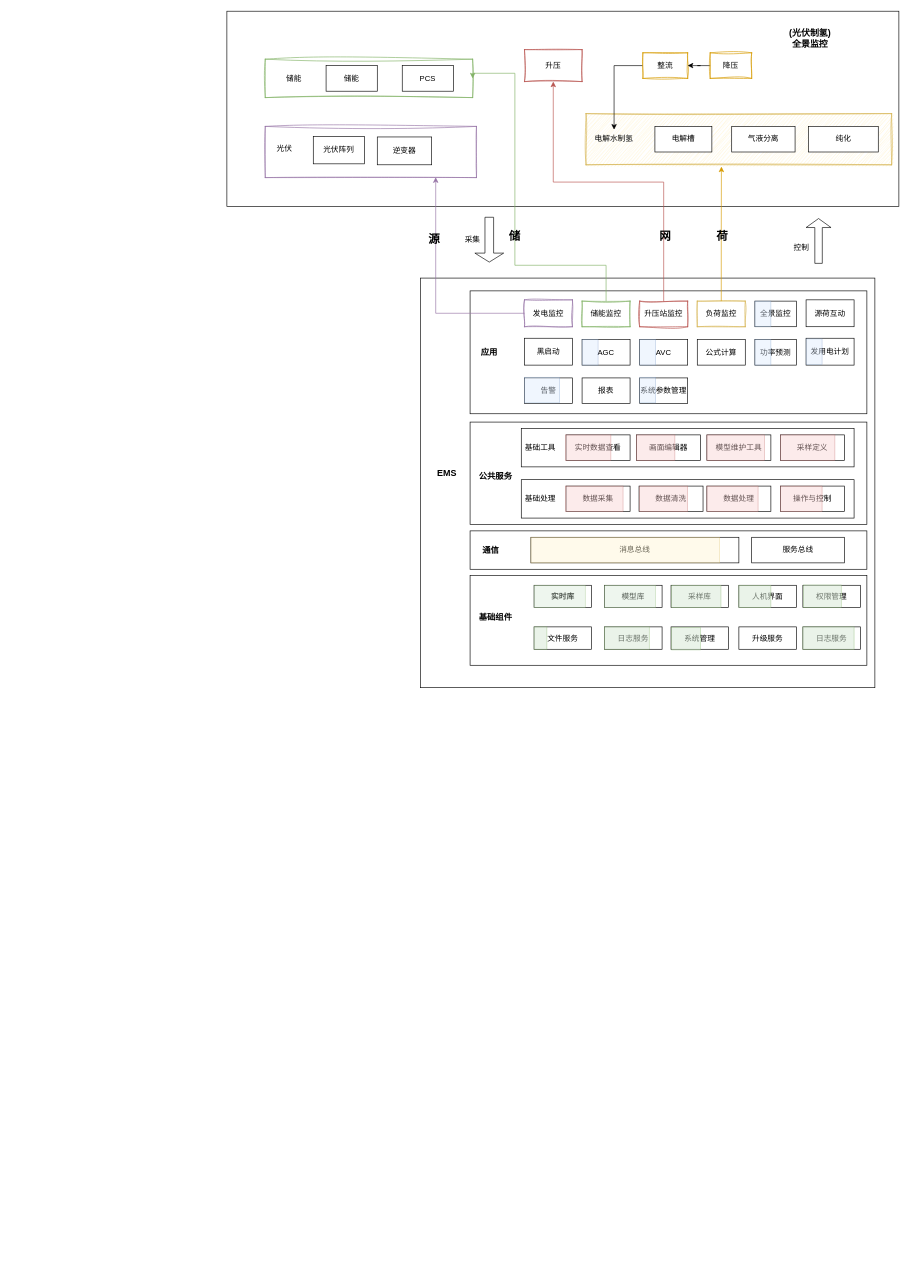
Earlier version of the draw.io diagram EMS.drawio (kiwiyan/3D). Source tidied: cells renumbered, new cells numbered last; positions are measured from the earlier drawing's top-left corner, leaving out a move shared by most shapes. Both pictures are drawn from the tidied source at 64%, with x=0, y=0 at pixel (227, 11).
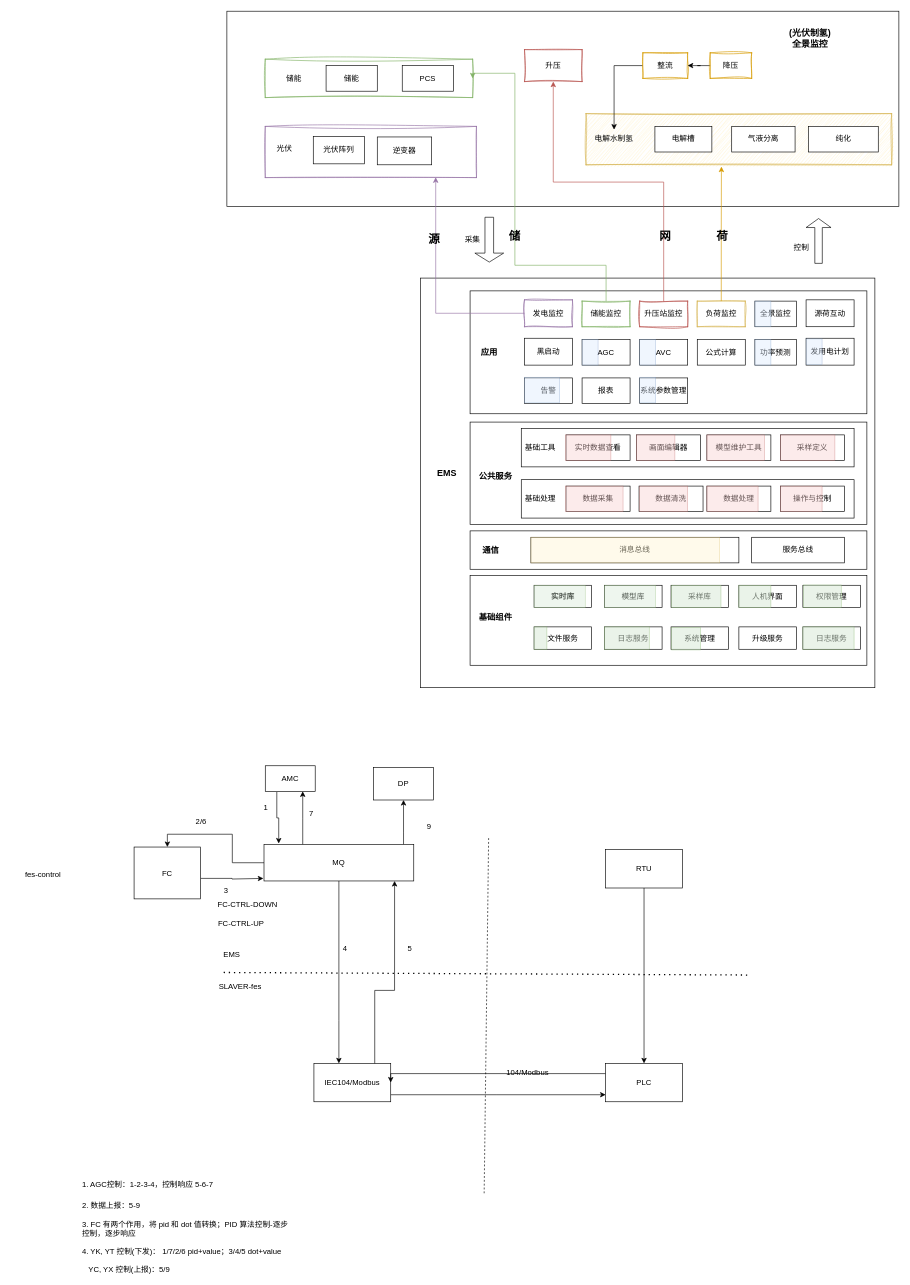
The same diagram, later.

Change to the diagram source:
```diff
@@
+    <mxCell id="108" style="edgeStyle=orthogonalEdgeStyle;rounded=0;jettySize=auto;html=1;" parent="1" edge="1" source="109" target="111">
+      <mxGeometry relative="1" as="geometry">
+        <Array as="points">
+          <mxPoint x="422" y="1693" />
+          <mxPoint x="422" y="1693" />
+        </Array>
+      </mxGeometry>
+    </mxCell>
+    <mxCell id="109" value="IEC104/Modbus" style="rounded=0;whiteSpace=wrap;html=1;" parent="1" vertex="1">
+      <mxGeometry x="136" y="1644" width="120" height="60" as="geometry" />
+    </mxCell>
+    <mxCell id="110" style="edgeStyle=orthogonalEdgeStyle;rounded=0;jettySize=auto;html=1;entryX=1;entryY=0.5;entryDx=0;entryDy=0;" parent="1" edge="1" source="111" target="109">
+      <mxGeometry relative="1" as="geometry">
+        <Array as="points">
+          <mxPoint x="256" y="1660" />
+        </Array>
+      </mxGeometry>
+    </mxCell>
+    <mxCell id="111" value="PLC" style="rounded=0;whiteSpace=wrap;html=1;" parent="1" vertex="1">
+      <mxGeometry x="591.8" y="1644" width="120" height="60" as="geometry" />
+    </mxCell>
+    <mxCell id="112" style="endArrow=none;dashed=1;html=1;dashPattern=1 3;strokeWidth=2;rounded=0;" parent="1" edge="1">
+      <mxGeometry relative="1" as="geometry">
+        <mxPoint x="-5" y="1502" as="sourcePoint" />
+        <mxPoint x="813" y="1506" as="targetPoint" />
+      </mxGeometry>
+    </mxCell>
+    <mxCell id="113" style="endArrow=none;dashed=1;html=1;rounded=0;" parent="1" edge="1">
+      <mxGeometry relative="1" as="geometry">
+        <mxPoint x="402" y="1847" as="sourcePoint" />
+        <mxPoint x="409" y="1291" as="targetPoint" />
+      </mxGeometry>
+    </mxCell>
+    <mxCell id="114" style="edgeStyle=orthogonalEdgeStyle;rounded=0;jettySize=auto;html=1;entryX=0.5;entryY=0;entryDx=0;entryDy=0;" parent="1" edge="1" source="115" target="111">
+      <mxGeometry relative="1" as="geometry" />
+    </mxCell>
+    <mxCell id="115" value="RTU" style="rounded=0;whiteSpace=wrap;html=1;" parent="1" vertex="1">
+      <mxGeometry x="591.8" y="1310" width="120" height="60" as="geometry" />
+    </mxCell>
+    <mxCell id="116" value="104/Modbus" style="text;html=1;align=center;verticalAlign=middle;whiteSpace=wrap;rounded=0;" parent="1" vertex="1">
+      <mxGeometry x="440" y="1644" width="60" height="30" as="geometry" />
+    </mxCell>
+    <mxCell id="117" value="EMS" style="text;html=1;align=center;verticalAlign=middle;whiteSpace=wrap;rounded=0;" parent="1" vertex="1">
+      <mxGeometry x="-22" y="1459" width="60" height="30" as="geometry" />
+    </mxCell>
+    <mxCell id="118" value="SLAVER-fes" style="text;html=1;align=center;verticalAlign=middle;whiteSpace=wrap;rounded=0;" parent="1" vertex="1">
+      <mxGeometry x="-20" y="1510" width="82" height="30" as="geometry" />
+    </mxCell>
+    <mxCell id="119" style="edgeStyle=orthogonalEdgeStyle;rounded=0;orthogonalLoop=1;jettySize=auto;html=1;" parent="1" edge="1">
+      <mxGeometry relative="1" as="geometry">
+        <mxPoint x="78" y="1220" as="sourcePoint" />
+        <mxPoint x="81" y="1300.5" as="targetPoint" />
+        <Array as="points">
+          <mxPoint x="78" y="1260.5" />
+          <mxPoint x="81" y="1260.5" />
+        </Array>
+      </mxGeometry>
+    </mxCell>
+    <mxCell id="120" value="AMC" style="rounded=0;whiteSpace=wrap;html=1;" parent="1" vertex="1">
+      <mxGeometry x="60" y="1179" width="78" height="40" as="geometry" />
+    </mxCell>
+    <mxCell id="121" style="edgeStyle=orthogonalEdgeStyle;rounded=0;jettySize=auto;html=1;entryX=0.5;entryY=0;entryDx=0;entryDy=0;" parent="1" edge="1" source="125" target="127">
+      <mxGeometry relative="1" as="geometry" />
+    </mxCell>
+    <mxCell id="122" style="edgeStyle=orthogonalEdgeStyle;rounded=0;jettySize=auto;html=1;" parent="1" edge="1" source="125" target="109">
+      <mxGeometry relative="1" as="geometry">
+        <Array as="points">
+          <mxPoint x="175" y="1577" />
+          <mxPoint x="175" y="1577" />
+        </Array>
+      </mxGeometry>
+    </mxCell>
+    <mxCell id="123" style="edgeStyle=orthogonalEdgeStyle;rounded=0;jettySize=auto;html=1;entryX=0.75;entryY=1;entryDx=0;entryDy=0;" parent="1" edge="1" source="125" target="120">
+      <mxGeometry relative="1" as="geometry">
+        <Array as="points">
+          <mxPoint x="119" y="1262" />
+        </Array>
+      </mxGeometry>
+    </mxCell>
+    <mxCell id="124" style="edgeStyle=orthogonalEdgeStyle;rounded=0;jettySize=auto;html=1;" parent="1" edge="1" source="125" target="128">
+      <mxGeometry relative="1" as="geometry">
+        <Array as="points">
+          <mxPoint x="276" y="1284" />
+          <mxPoint x="276" y="1284" />
+        </Array>
+      </mxGeometry>
+    </mxCell>
+    <mxCell id="125" value="MQ" style="rounded=0;whiteSpace=wrap;html=1;" parent="1" vertex="1">
+      <mxGeometry x="58" y="1302" width="234" height="57" as="geometry" />
+    </mxCell>
+    <mxCell id="126" style="edgeStyle=orthogonalEdgeStyle;rounded=0;jettySize=auto;html=1;" parent="1" edge="1" source="127">
+      <mxGeometry relative="1" as="geometry">
+        <mxPoint x="57" y="1355" as="targetPoint" />
+        <Array as="points">
+          <mxPoint x="8" y="1355" />
+          <mxPoint x="8" y="1356" />
+        </Array>
+      </mxGeometry>
+    </mxCell>
+    <mxCell id="127" value="FC" style="rounded=0;whiteSpace=wrap;html=1;" parent="1" vertex="1">
+      <mxGeometry x="-145" y="1306" width="104" height="81" as="geometry" />
+    </mxCell>
+    <mxCell id="128" value="DP" style="rounded=0;whiteSpace=wrap;html=1;" parent="1" vertex="1">
+      <mxGeometry x="229" y="1181.5" width="94" height="51" as="geometry" />
+    </mxCell>
+    <mxCell id="129" value="2/6" style="text;html=1;align=center;verticalAlign=middle;whiteSpace=wrap;rounded=0;" parent="1" vertex="1">
+      <mxGeometry x="-70" y="1251" width="60" height="30" as="geometry" />
+    </mxCell>
+    <mxCell id="130" value="3" style="text;html=1;align=center;verticalAlign=middle;whiteSpace=wrap;rounded=0;" parent="1" vertex="1">
+      <mxGeometry x="-31" y="1359" width="60" height="30" as="geometry" />
+    </mxCell>
+    <mxCell id="131" value="4" style="text;html=1;align=center;verticalAlign=middle;whiteSpace=wrap;rounded=0;" parent="1" vertex="1">
+      <mxGeometry x="155" y="1450" width="60" height="30" as="geometry" />
+    </mxCell>
+    <mxCell id="132" style="edgeStyle=orthogonalEdgeStyle;rounded=0;jettySize=auto;html=1;entryX=0.872;entryY=1;entryDx=0;entryDy=0;entryPerimeter=0;" parent="1" edge="1" source="109" target="125">
+      <mxGeometry relative="1" as="geometry">
+        <Array as="points">
+          <mxPoint x="231" y="1530" />
+          <mxPoint x="262" y="1530" />
+        </Array>
+      </mxGeometry>
+    </mxCell>
+    <mxCell id="133" value="5" style="text;html=1;align=center;verticalAlign=middle;whiteSpace=wrap;rounded=0;" parent="1" vertex="1">
+      <mxGeometry x="256" y="1450" width="60" height="30" as="geometry" />
+    </mxCell>
+    <mxCell id="134" value="1" style="text;html=1;align=center;verticalAlign=middle;whiteSpace=wrap;rounded=0;" parent="1" vertex="1">
+      <mxGeometry x="31" y="1230" width="60" height="30" as="geometry" />
+    </mxCell>
+    <mxCell id="135" value="7" style="text;html=1;align=center;verticalAlign=middle;whiteSpace=wrap;rounded=0;" parent="1" vertex="1">
+      <mxGeometry x="102" y="1239" width="60" height="30" as="geometry" />
+    </mxCell>
+    <mxCell id="136" value="9" style="text;html=1;align=center;verticalAlign=middle;whiteSpace=wrap;rounded=0;" parent="1" vertex="1">
+      <mxGeometry x="286" y="1260" width="60" height="30" as="geometry" />
+    </mxCell>
+    <mxCell id="137" value="fes-control" style="text;html=1;align=center;verticalAlign=middle;whiteSpace=wrap;rounded=0;" parent="1" vertex="1">
+      <mxGeometry x="-337" y="1325" width="100" height="48" as="geometry" />
+    </mxCell>
+    <mxCell id="138" value="1. AGC控制：1-2-3-4，控制响应 5-6-7" style="text;html=1;align=left;verticalAlign=middle;whiteSpace=wrap;rounded=0;" parent="1" vertex="1">
+      <mxGeometry x="-228" y="1819" width="335" height="30" as="geometry" />
+    </mxCell>
+    <mxCell id="139" value="2. 数据上报：5-9" style="text;html=1;align=left;verticalAlign=middle;whiteSpace=wrap;rounded=0;" parent="1" vertex="1">
+      <mxGeometry x="-228" y="1852" width="335" height="30" as="geometry" />
+    </mxCell>
+    <mxCell id="140" value="3. FC 有两个作用，将 pid 和 dot 值转换；PID 算法控制-逐步控制，逐步响应" style="text;html=1;align=left;verticalAlign=middle;whiteSpace=wrap;rounded=0;" parent="1" vertex="1">
+      <mxGeometry x="-228" y="1888" width="335" height="30" as="geometry" />
+    </mxCell>
+    <mxCell id="141" value="FC-CTRL-DOWN" style="text;html=1;align=center;verticalAlign=middle;whiteSpace=wrap;rounded=0;" parent="1" vertex="1">
+      <mxGeometry x="-31" y="1381" width="127" height="30" as="geometry" />
+    </mxCell>
+    <mxCell id="142" value="FC-CTRL-UP" style="text;html=1;align=center;verticalAlign=middle;whiteSpace=wrap;rounded=0;" parent="1" vertex="1">
+      <mxGeometry x="-41" y="1411" width="127" height="30" as="geometry" />
+    </mxCell>
+    <mxCell id="143" value="4. YK, YT 控制(下发)： 1/7/2/6 pid+value；3/4/5 dot+value&lt;br&gt;&lt;br&gt;&amp;nbsp; &amp;nbsp;YC, YX 控制(上报)：5/9" style="text;html=1;align=left;verticalAlign=middle;whiteSpace=wrap;rounded=0;" parent="1" vertex="1">
+      <mxGeometry x="-228" y="1937" width="335" height="30" as="geometry" />
+    </mxCell>
```
